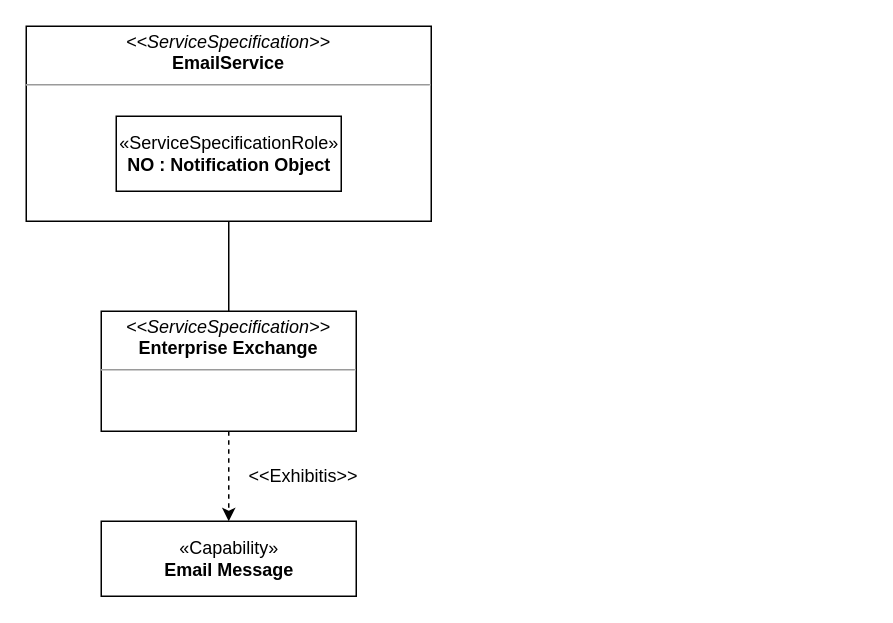
This is page "SvcV-2" (3 of 4) of Drawings/Microservices/EmailService/EmailService.drawio from RMSLowside/rmslow, a draw.io file, before an edit. Source tidied: cells renumbered, new cells numbered last; positions are measured from the earlier drawing's top-left corner, leaving out a move shared by most shapes. Both pictures are drawn from the tidied source at 150%, with x=0, y=0 at pixel (26, 26).
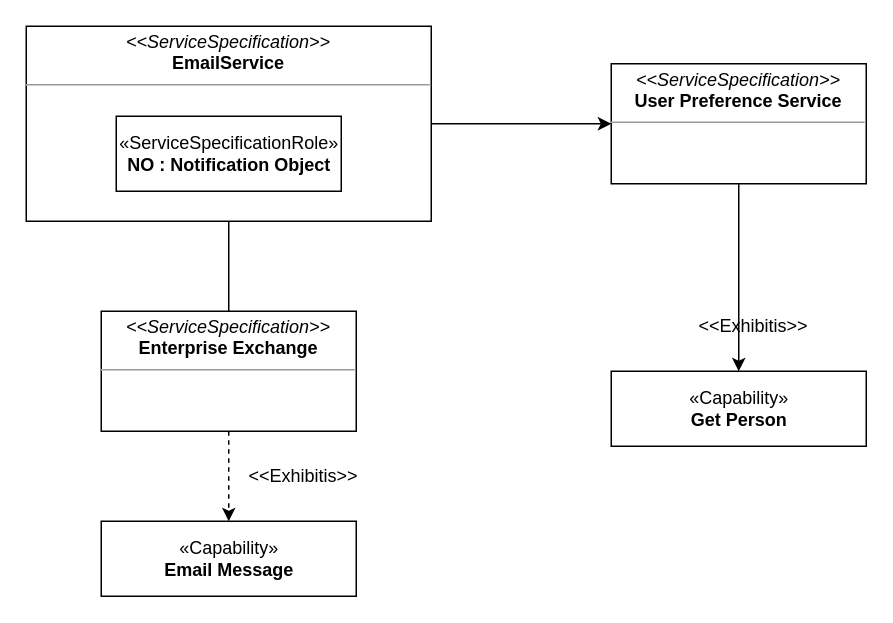
Above is the later version.

Diff of the diagram source:
```diff
@@
 <mxGraphModel>
   <root>
     <mxCell id="0" />
     <mxCell id="1" parent="0" />
     <mxCell id="2" style="edgeStyle=orthogonalEdgeStyle;rounded=0;jettySize=auto;html=1;exitX=0.5;exitY=1;exitDx=0;exitDy=0;entryX=0.5;entryY=0;entryDx=0;entryDy=0;endArrow=none;endFill=0;" parent="1" edge="1" source="3" target="6">
       <mxGeometry relative="1" as="geometry" />
     </mxCell>
+    <mxCell id="9" style="edgeStyle=orthogonalEdgeStyle;rounded=0;jettySize=auto;html=1;exitX=1;exitY=0.5;exitDx=0;exitDy=0;" parent="1" edge="1" source="3" target="11">
+      <mxGeometry relative="1" as="geometry" />
+    </mxCell>
     <mxCell id="3" value="&lt;p style=&quot;margin: 0px ; margin-top: 4px ; text-align: center&quot;&gt;&lt;i&gt;&amp;lt;&amp;lt;ServiceSpecification&amp;gt;&amp;gt;&lt;/i&gt;&lt;br&gt;&lt;b&gt;EmailService&lt;/b&gt;&lt;/p&gt;&lt;hr size=&quot;1&quot;&gt;&lt;p style=&quot;margin: 0px ; margin-left: 4px&quot;&gt;&lt;br&gt;&lt;/p&gt;" style="verticalAlign=top;align=left;overflow=fill;fontSize=12;fontFamily=Helvetica;html=1;" parent="1" vertex="1">
       <mxGeometry width="270" height="130" as="geometry" />
     </mxCell>
     <mxCell id="4" value="«ServiceSpecificationRole»&lt;br&gt;&lt;b&gt;NO : Notification Object&lt;/b&gt;" style="html=1;" parent="1" vertex="1">
       <mxGeometry x="60" y="60" width="150" height="50" as="geometry" />
     </mxCell>
     <mxCell id="5" style="edgeStyle=orthogonalEdgeStyle;rounded=0;jettySize=auto;html=1;exitX=0.5;exitY=1;exitDx=0;exitDy=0;endArrow=classic;endFill=1;dashed=1;" parent="1" edge="1" source="6">
       <mxGeometry relative="1" as="geometry">
         <mxPoint x="135" y="330" as="targetPoint" />
       </mxGeometry>
     </mxCell>
     <mxCell id="6" value="&lt;p style=&quot;margin: 0px ; margin-top: 4px ; text-align: center&quot;&gt;&lt;i&gt;&amp;lt;&amp;lt;ServiceSpecification&amp;gt;&amp;gt;&lt;/i&gt;&lt;br&gt;&lt;b&gt;Enterprise Exchange&lt;/b&gt;&lt;/p&gt;&lt;hr size=&quot;1&quot;&gt;&lt;p style=&quot;margin: 0px ; margin-left: 4px&quot;&gt;&lt;br&gt;&lt;/p&gt;" style="verticalAlign=top;align=left;overflow=fill;fontSize=12;fontFamily=Helvetica;html=1;" parent="1" vertex="1">
       <mxGeometry x="50" y="190" width="170" height="80" as="geometry" />
     </mxCell>
     <mxCell id="7" value="«Capability»&lt;br&gt;&lt;b&gt;Email Message&lt;/b&gt;" style="html=1;" parent="1" vertex="1">
       <mxGeometry x="50" y="330" width="170" height="50" as="geometry" />
     </mxCell>
     <mxCell id="8" value="&amp;lt;&amp;lt;Exhibitis&amp;gt;&amp;gt;" style="text;html=1;strokeColor=none;fillColor=none;align=center;verticalAlign=middle;whiteSpace=wrap;rounded=0;" parent="1" vertex="1">
       <mxGeometry x="150" y="290" width="70" height="20" as="geometry" />
     </mxCell>
+    <mxCell id="10" style="edgeStyle=orthogonalEdgeStyle;rounded=0;jettySize=auto;html=1;exitX=0.5;exitY=1;exitDx=0;exitDy=0;entryX=0.5;entryY=0;entryDx=0;entryDy=0;" parent="1" edge="1" source="11" target="12">
+      <mxGeometry relative="1" as="geometry" />
+    </mxCell>
+    <mxCell id="11" value="&lt;p style=&quot;margin: 0px ; margin-top: 4px ; text-align: center&quot;&gt;&lt;i&gt;&amp;lt;&amp;lt;ServiceSpecification&amp;gt;&amp;gt;&lt;/i&gt;&lt;br&gt;&lt;b&gt;User Preference Service&lt;/b&gt;&lt;/p&gt;&lt;hr size=&quot;1&quot;&gt;&lt;p style=&quot;margin: 0px ; margin-left: 4px&quot;&gt;&lt;br&gt;&lt;/p&gt;" style="verticalAlign=top;align=left;overflow=fill;fontSize=12;fontFamily=Helvetica;html=1;" parent="1" vertex="1">
+      <mxGeometry x="390" y="25" width="170" height="80" as="geometry" />
+    </mxCell>
+    <mxCell id="12" value="«Capability»&lt;br&gt;&lt;b&gt;Get Person&lt;/b&gt;" style="html=1;" parent="1" vertex="1">
+      <mxGeometry x="390" y="230" width="170" height="50" as="geometry" />
+    </mxCell>
+    <mxCell id="13" value="&amp;lt;&amp;lt;Exhibitis&amp;gt;&amp;gt;" style="text;html=1;strokeColor=none;fillColor=none;align=center;verticalAlign=middle;whiteSpace=wrap;rounded=0;" parent="1" vertex="1">
+      <mxGeometry x="450" y="190" width="70" height="20" as="geometry" />
+    </mxCell>
   </root>
 </mxGraphModel>
```
